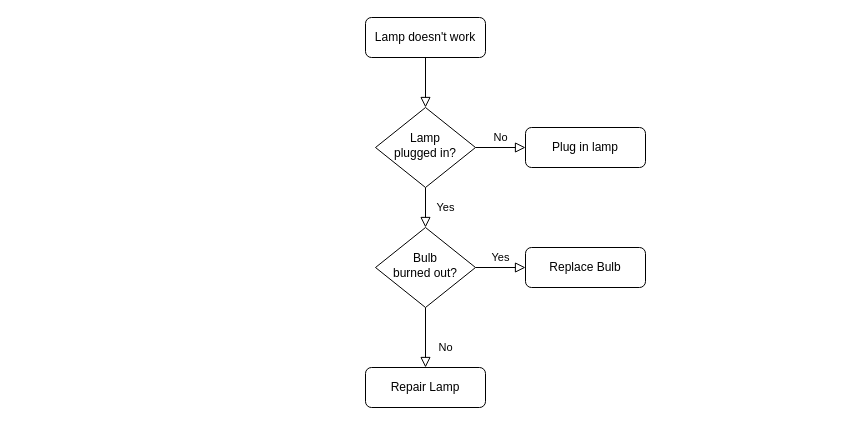
Earlier version of the draw.io diagram 未命名绘图.drawio (zhangdeshuai409930360/diagrams). Source tidied: cells renumbered, new cells numbered last; positions are measured from the earlier drawing's top-left corner, leaving out a move shared by most shapes. Both pictures are drawn from the tidied source at 100%, with x=0, y=0 at pixel (365, 17).
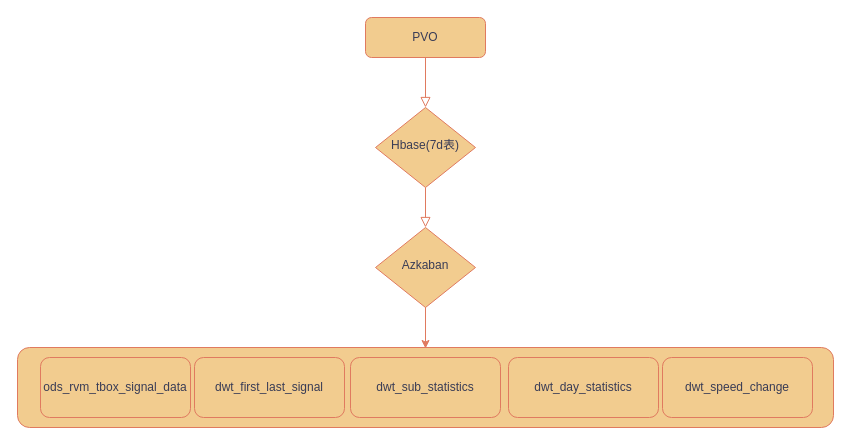
After the change.

Commit message:
更新未命名绘图.drawio

Diff of the diagram source:
```diff
@@
 <mxGraphModel>
   <root>
     <mxCell id="0" />
     <mxCell id="1" parent="0" />
+    <mxCell id="13" style="rounded=1;whiteSpace=wrap;html=1;labelBackgroundColor=none;fillColor=#F2CC8F;strokeColor=#E07A5F;fontColor=#393C56;" parent="1" vertex="1">
+      <mxGeometry x="-348" y="330" width="816" height="80" as="geometry" />
+    </mxCell>
-    <mxCell id="2" style="rounded=0;html=1;jettySize=auto;fontSize=11;endArrow=block;endFill=0;endSize=8;strokeWidth=1;shadow=0;labelBackgroundColor=none;edgeStyle=orthogonalEdgeStyle;" parent="1" edge="1" source="3" target="6">
+    <mxCell id="2" style="rounded=0;html=1;jettySize=auto;fontSize=11;endArrow=block;endFill=0;endSize=8;strokeWidth=1;shadow=0;labelBackgroundColor=none;edgeStyle=orthogonalEdgeStyle;strokeColor=#E07A5F;fontColor=default;" parent="1" edge="1" source="3" target="6">
       <mxGeometry relative="1" as="geometry" />
     </mxCell>
-    <mxCell id="3" value="Lamp doesn't work" style="rounded=1;whiteSpace=wrap;html=1;fontSize=12;glass=0;strokeWidth=1;shadow=0;" parent="1" vertex="1">
+    <mxCell id="3" value="PVO" style="rounded=1;whiteSpace=wrap;html=1;fontSize=12;glass=0;strokeWidth=1;shadow=0;labelBackgroundColor=none;fillColor=#F2CC8F;strokeColor=#E07A5F;fontColor=#393C56;" parent="1" vertex="1">
       <mxGeometry width="120" height="40" as="geometry" />
     </mxCell>
-    <mxCell id="4" value="Yes" style="rounded=0;html=1;jettySize=auto;fontSize=11;endArrow=block;endFill=0;endSize=8;strokeWidth=1;shadow=0;labelBackgroundColor=none;edgeStyle=orthogonalEdgeStyle;" parent="1" edge="1" source="6" target="10">
-      <mxGeometry y="20" relative="1" as="geometry" />
+    <mxCell id="4" style="rounded=0;html=1;jettySize=auto;fontSize=11;endArrow=block;endFill=0;endSize=8;strokeWidth=1;shadow=0;labelBackgroundColor=none;edgeStyle=orthogonalEdgeStyle;strokeColor=#E07A5F;fontColor=default;" parent="1" edge="1" source="6" target="10">
+      <mxGeometry y="30" relative="1" as="geometry" />
     </mxCell>
-    <mxCell id="5" value="No" style="edgeStyle=orthogonalEdgeStyle;rounded=0;html=1;jettySize=auto;fontSize=11;endArrow=block;endFill=0;endSize=8;strokeWidth=1;shadow=0;labelBackgroundColor=none;" parent="1" edge="1" source="6" target="7">
-      <mxGeometry y="10" relative="1" as="geometry" />
-    </mxCell>
-    <mxCell id="6" value="Lamp&lt;br&gt;plugged in?" style="rhombus;whiteSpace=wrap;html=1;shadow=0;fontFamily=Helvetica;fontSize=12;align=center;strokeWidth=1;spacing=6;spacingTop=-4;" parent="1" vertex="1">
+    <mxCell id="6" value="Hbase(7d表)" style="rhombus;whiteSpace=wrap;html=1;shadow=0;fontFamily=Helvetica;fontSize=12;align=center;strokeWidth=1;spacing=6;spacingTop=-4;labelBackgroundColor=none;fillColor=#F2CC8F;strokeColor=#E07A5F;fontColor=#393C56;" parent="1" vertex="1">
       <mxGeometry x="10" y="90" width="100" height="80" as="geometry" />
     </mxCell>
-    <mxCell id="7" value="Plug in lamp" style="rounded=1;whiteSpace=wrap;html=1;fontSize=12;glass=0;strokeWidth=1;shadow=0;" parent="1" vertex="1">
-      <mxGeometry x="160" y="110" width="120" height="40" as="geometry" />
-    </mxCell>
-    <mxCell id="8" value="No" style="rounded=0;html=1;jettySize=auto;fontSize=11;endArrow=block;endFill=0;endSize=8;strokeWidth=1;shadow=0;labelBackgroundColor=none;edgeStyle=orthogonalEdgeStyle;" parent="1" edge="1" source="10" target="11">
-      <mxGeometry x="0.33" y="20" relative="1" as="geometry" />
-    </mxCell>
-    <mxCell id="9" value="Yes" style="edgeStyle=orthogonalEdgeStyle;rounded=0;html=1;jettySize=auto;fontSize=11;endArrow=block;endFill=0;endSize=8;strokeWidth=1;shadow=0;labelBackgroundColor=none;" parent="1" edge="1" source="10" target="12">
-      <mxGeometry y="10" relative="1" as="geometry" />
-    </mxCell>
+    <mxCell id="14" style="edgeStyle=orthogonalEdgeStyle;rounded=0;orthogonalLoop=1;jettySize=auto;html=1;strokeColor=#E07A5F;fontColor=default;fillColor=#F2CC8F;labelBackgroundColor=none;" parent="1" edge="1">
+      <mxGeometry relative="1" as="geometry">
+        <mxPoint x="60" y="281" as="sourcePoint" />
+        <mxPoint x="60" y="331" as="targetPoint" />
+      </mxGeometry>
+    </mxCell>
-    <mxCell id="10" value="Bulb&lt;br&gt;burned out?" style="rhombus;whiteSpace=wrap;html=1;shadow=0;fontFamily=Helvetica;fontSize=12;align=center;strokeWidth=1;spacing=6;spacingTop=-4;" parent="1" vertex="1">
+    <mxCell id="10" value="Azkaban" style="rhombus;whiteSpace=wrap;html=1;shadow=0;fontFamily=Helvetica;fontSize=12;align=center;strokeWidth=1;spacing=6;spacingTop=-4;labelBackgroundColor=none;fillColor=#F2CC8F;strokeColor=#E07A5F;fontColor=#393C56;" parent="1" vertex="1">
       <mxGeometry x="10" y="210" width="100" height="80" as="geometry" />
     </mxCell>
-    <mxCell id="11" value="Repair Lamp" style="rounded=1;whiteSpace=wrap;html=1;fontSize=12;glass=0;strokeWidth=1;shadow=0;" parent="1" vertex="1">
-      <mxGeometry y="350" width="120" height="40" as="geometry" />
-    </mxCell>
-    <mxCell id="12" value="Replace Bulb" style="rounded=1;whiteSpace=wrap;html=1;fontSize=12;glass=0;strokeWidth=1;shadow=0;" parent="1" vertex="1">
-      <mxGeometry x="160" y="230" width="120" height="40" as="geometry" />
-    </mxCell>
+    <mxCell id="15" value="ods_rvm_tbox_signal_data" style="rounded=1;whiteSpace=wrap;html=1;strokeColor=#E07A5F;fontColor=#393C56;fillColor=#F2CC8F;labelBackgroundColor=none;" parent="1" vertex="1">
+      <mxGeometry x="-325" y="340" width="150" height="60" as="geometry" />
+    </mxCell>
+    <mxCell id="16" value="dwt_first_last_signal" style="rounded=1;whiteSpace=wrap;html=1;strokeColor=#E07A5F;fontColor=#393C56;fillColor=#F2CC8F;labelBackgroundColor=none;" parent="1" vertex="1">
+      <mxGeometry x="-171" y="340" width="150" height="60" as="geometry" />
+    </mxCell>
+    <mxCell id="17" value="dwt_sub_statistics" style="rounded=1;whiteSpace=wrap;html=1;strokeColor=#E07A5F;fontColor=#393C56;fillColor=#F2CC8F;labelBackgroundColor=none;" parent="1" vertex="1">
+      <mxGeometry x="-15" y="340" width="150" height="60" as="geometry" />
+    </mxCell>
+    <mxCell id="18" value="dwt_day_statistics" style="rounded=1;whiteSpace=wrap;html=1;strokeColor=#E07A5F;fontColor=#393C56;fillColor=#F2CC8F;labelBackgroundColor=none;" parent="1" vertex="1">
+      <mxGeometry x="143" y="340" width="150" height="60" as="geometry" />
+    </mxCell>
+    <mxCell id="19" value="dwt_speed_change" style="rounded=1;whiteSpace=wrap;html=1;strokeColor=#E07A5F;fontColor=#393C56;fillColor=#F2CC8F;labelBackgroundColor=none;" parent="1" vertex="1">
+      <mxGeometry x="297" y="340" width="150" height="60" as="geometry" />
+    </mxCell>
   </root>
 </mxGraphModel>
```
